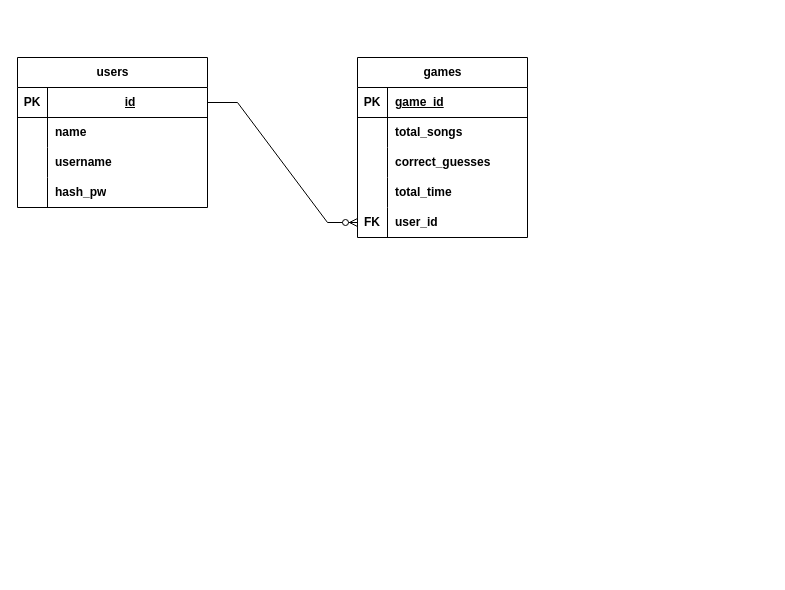
Earlier version of the draw.io diagram notes/pulseRDB.drawio (drs0057/Pulse). Source tidied: cells renumbered, new cells numbered last; positions are measured from the earlier drawing's top-left corner, leaving out a move shared by most shapes. Both pictures are drawn from the tidied source at 100%, with x=0, y=0 at pixel (17, 57).
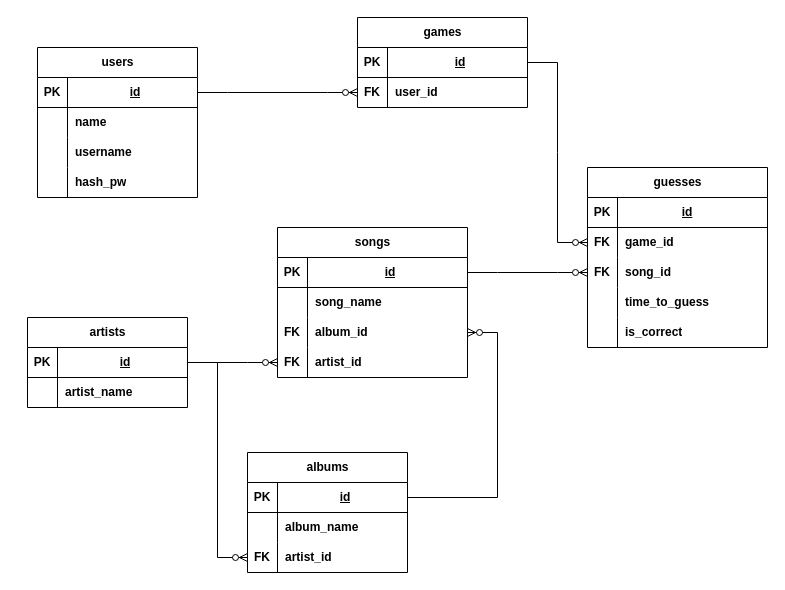
The same page after the edit.

Commit message:
Update pulseRDB.drawio; outline of schema is done.

The change refers to these unchanged cells:
```xml
<mxCell id="16" style="shape=tableRow;horizontal=0;startSize=0;swimlaneHead=0;swimlaneBody=0;fillColor=none;points=[[0,0.5],[1,0.5]];portConstraint=eastwest;top=0;left=0;right=0;bottom=1;" parent="15" vertex="1">
  <mxGeometry y="30" width="170" height="30" as="geometry" />
</mxCell>
```

Diff of the diagram source:
```diff
@@
+    <mxCell id="32" value="songs" style="shape=table;startSize=30;childLayout=tableLayout;rowLines=0;fontStyle=1;align=center;html=1;flipV=0;flipH=0;" parent="1" vertex="1">
+      <mxGeometry x="260" y="170" width="190" height="150" as="geometry" />
+    </mxCell>
+    <mxCell id="33" style="shape=tableRow;horizontal=0;startSize=0;swimlaneHead=0;swimlaneBody=0;fillColor=none;points=[[0,0.5],[1,0.5]];portConstraint=eastwest;top=0;left=0;right=0;bottom=1;" parent="32" vertex="1">
+      <mxGeometry y="30" width="190" height="30" as="geometry" />
+    </mxCell>
+    <mxCell id="34" value="PK" style="shape=partialRectangle;fillColor=none;top=0;left=0;bottom=0;right=0;fontStyle=1;overflow=hidden;whiteSpace=wrap;html=1;" parent="33" vertex="1">
+      <mxGeometry width="30" height="30" as="geometry" />
+    </mxCell>
+    <mxCell id="35" value="id" style="shape=partialRectangle;fillColor=none;top=0;left=0;bottom=0;right=0;align=center;spacingLeft=6;fontStyle=5;overflow=hidden;whiteSpace=wrap;html=1;" parent="33" vertex="1">
+      <mxGeometry x="30" width="160" height="30" as="geometry" />
+    </mxCell>
+    <mxCell id="36" style="shape=tableRow;horizontal=0;startSize=0;swimlaneHead=0;swimlaneBody=0;fillColor=none;top=0;left=0;right=0;bottom=0;" parent="32" vertex="1">
+      <mxGeometry y="60" width="190" height="30" as="geometry" />
+    </mxCell>
+    <mxCell id="37" style="shape=partialRectangle;fillColor=none;top=0;left=0;bottom=0;right=0;overflow=hidden;whiteSpace=wrap;html=1;" parent="36" vertex="1">
+      <mxGeometry width="30" height="30" as="geometry" />
+    </mxCell>
+    <mxCell id="38" value="&lt;b&gt;song_name&lt;/b&gt;" style="shape=partialRectangle;fillColor=none;top=0;left=0;bottom=0;right=0;align=left;spacingLeft=6;overflow=hidden;whiteSpace=wrap;html=1;" parent="36" vertex="1">
+      <mxGeometry x="30" width="160" height="30" as="geometry" />
+    </mxCell>
+    <mxCell id="39" style="shape=tableRow;horizontal=0;startSize=0;swimlaneHead=0;swimlaneBody=0;fillColor=none;points=[[0,0.5],[1,0.5]];portConstraint=eastwest;top=0;left=0;right=0;bottom=0;" parent="32" vertex="1">
+      <mxGeometry y="90" width="190" height="30" as="geometry" />
+    </mxCell>
+    <mxCell id="40" value="&lt;b&gt;FK&lt;/b&gt;" style="shape=partialRectangle;fillColor=none;top=0;left=0;bottom=0;right=0;overflow=hidden;whiteSpace=wrap;html=1;" parent="39" vertex="1">
+      <mxGeometry width="30" height="30" as="geometry" />
+    </mxCell>
+    <mxCell id="41" value="&lt;b&gt;album_id&lt;/b&gt;" style="shape=partialRectangle;fillColor=none;top=0;left=0;bottom=0;right=0;align=left;spacingLeft=6;overflow=hidden;whiteSpace=wrap;html=1;" parent="39" vertex="1">
+      <mxGeometry x="30" width="160" height="30" as="geometry" />
+    </mxCell>
+    <mxCell id="42" style="shape=tableRow;horizontal=0;startSize=0;swimlaneHead=0;swimlaneBody=0;fillColor=none;points=[[0,0.5],[1,0.5]];portConstraint=eastwest;top=0;left=0;right=0;bottom=0;" parent="32" vertex="1">
+      <mxGeometry y="120" width="190" height="30" as="geometry" />
+    </mxCell>
+    <mxCell id="43" value="&lt;b&gt;FK&lt;/b&gt;" style="shape=partialRectangle;fillColor=none;top=0;left=0;bottom=0;right=0;overflow=hidden;whiteSpace=wrap;html=1;" parent="42" vertex="1">
+      <mxGeometry width="30" height="30" as="geometry" />
+    </mxCell>
+    <mxCell id="44" value="&lt;b&gt;artist_id&lt;/b&gt;" style="shape=partialRectangle;fillColor=none;top=0;left=0;bottom=0;right=0;align=left;spacingLeft=6;overflow=hidden;whiteSpace=wrap;html=1;" parent="42" vertex="1">
+      <mxGeometry x="30" width="160" height="30" as="geometry" />
+    </mxCell>
     <mxCell id="2" value="users" style="shape=table;startSize=30;childLayout=tableLayout;rowLines=0;fontStyle=1;align=center;html=1;" parent="1" vertex="1">
-      <mxGeometry width="190" height="150" as="geometry" />
+      <mxGeometry x="20" y="-10" width="160" height="150" as="geometry" />
     </mxCell>
     <mxCell id="3" style="shape=tableRow;horizontal=0;startSize=0;swimlaneHead=0;swimlaneBody=0;fillColor=none;points=[[0,0.5],[1,0.5]];portConstraint=eastwest;top=0;left=0;right=0;bottom=1;" parent="2" vertex="1">
-      <mxGeometry y="30" width="190" height="30" as="geometry" />
+      <mxGeometry y="30" width="160" height="30" as="geometry" />
     </mxCell>
@@
     <mxCell id="5" value="id" style="shape=partialRectangle;fillColor=none;top=0;left=0;bottom=0;right=0;align=center;spacingLeft=6;fontStyle=5;overflow=hidden;whiteSpace=wrap;html=1;" parent="3" vertex="1">
-      <mxGeometry x="30" width="160" height="30" as="geometry" />
+      <mxGeometry x="30" width="130" height="30" as="geometry" />
     </mxCell>
     <mxCell id="6" style="shape=tableRow;horizontal=0;startSize=0;swimlaneHead=0;swimlaneBody=0;fillColor=none;top=0;left=0;right=0;bottom=0;" parent="2" vertex="1">
-      <mxGeometry y="60" width="190" height="30" as="geometry" />
+      <mxGeometry y="60" width="160" height="30" as="geometry" />
     </mxCell>
@@
     <mxCell id="8" value="&lt;b&gt;name&lt;/b&gt;" style="shape=partialRectangle;fillColor=none;top=0;left=0;bottom=0;right=0;align=left;spacingLeft=6;overflow=hidden;whiteSpace=wrap;html=1;" parent="6" vertex="1">
-      <mxGeometry x="30" width="160" height="30" as="geometry" />
+      <mxGeometry x="30" width="130" height="30" as="geometry" />
     </mxCell>
     <mxCell id="9" style="shape=tableRow;horizontal=0;startSize=0;swimlaneHead=0;swimlaneBody=0;fillColor=none;top=0;left=0;right=0;bottom=0;" parent="2" vertex="1">
-      <mxGeometry y="90" width="190" height="30" as="geometry" />
+      <mxGeometry y="90" width="160" height="30" as="geometry" />
     </mxCell>
@@
     <mxCell id="11" value="&lt;b&gt;username&lt;/b&gt;" style="shape=partialRectangle;fillColor=none;top=0;left=0;bottom=0;right=0;align=left;spacingLeft=6;overflow=hidden;whiteSpace=wrap;html=1;" parent="9" vertex="1">
-      <mxGeometry x="30" width="160" height="30" as="geometry" />
+      <mxGeometry x="30" width="130" height="30" as="geometry" />
     </mxCell>
     <mxCell id="12" style="shape=tableRow;horizontal=0;startSize=0;swimlaneHead=0;swimlaneBody=0;fillColor=none;top=0;left=0;right=0;bottom=0;" parent="2" vertex="1">
-      <mxGeometry y="120" width="190" height="30" as="geometry" />
+      <mxGeometry y="120" width="160" height="30" as="geometry" />
     </mxCell>
@@
     <mxCell id="14" value="&lt;b&gt;hash_pw&lt;/b&gt;" style="shape=partialRectangle;fillColor=none;top=0;left=0;bottom=0;right=0;align=left;spacingLeft=6;overflow=hidden;whiteSpace=wrap;html=1;" parent="12" vertex="1">
-      <mxGeometry x="30" width="160" height="30" as="geometry" />
+      <mxGeometry x="30" width="130" height="30" as="geometry" />
     </mxCell>
     <mxCell id="15" value="games" style="shape=table;startSize=30;childLayout=tableLayout;rowLines=0;fontStyle=1;align=center;html=1;" parent="1" vertex="1">
-      <mxGeometry x="340" width="170" height="180" as="geometry" />
+      <mxGeometry x="340" y="-40" width="170" height="90" as="geometry" />
     </mxCell>
@@
-    <mxCell id="18" value="game_id" style="shape=partialRectangle;fillColor=none;top=0;left=0;bottom=0;right=0;align=left;spacingLeft=6;fontStyle=5;overflow=hidden;whiteSpace=wrap;html=1;" parent="16" vertex="1">
+    <mxCell id="18" value="id" style="shape=partialRectangle;fillColor=none;top=0;left=0;bottom=0;right=0;align=center;spacingLeft=6;fontStyle=5;overflow=hidden;whiteSpace=wrap;html=1;" parent="16" vertex="1">
       <mxGeometry x="30" width="140" height="30" as="geometry" />
     </mxCell>
-    <mxCell id="19" style="shape=tableRow;horizontal=0;startSize=0;swimlaneHead=0;swimlaneBody=0;fillColor=none;top=0;left=0;right=0;bottom=0;" parent="15" vertex="1">
-      <mxGeometry y="60" width="170" height="30" as="geometry" />
-    </mxCell>
-    <mxCell id="20" style="shape=partialRectangle;fillColor=none;top=0;left=0;bottom=0;right=0;overflow=hidden;whiteSpace=wrap;html=1;" parent="19" vertex="1">
-      <mxGeometry width="30" height="30" as="geometry" />
-    </mxCell>
-    <mxCell id="21" value="&lt;b&gt;total_songs&lt;/b&gt;" style="shape=partialRectangle;fillColor=none;top=0;left=0;bottom=0;right=0;align=left;spacingLeft=6;overflow=hidden;whiteSpace=wrap;html=1;" parent="19" vertex="1">
-      <mxGeometry x="30" width="140" height="30" as="geometry" />
-    </mxCell>
-    <mxCell id="22" style="shape=tableRow;horizontal=0;startSize=0;swimlaneHead=0;swimlaneBody=0;fillColor=none;top=0;left=0;right=0;bottom=0;" parent="15" vertex="1">
-      <mxGeometry y="90" width="170" height="30" as="geometry" />
-    </mxCell>
-    <mxCell id="23" style="shape=partialRectangle;fillColor=none;top=0;left=0;bottom=0;right=0;overflow=hidden;whiteSpace=wrap;html=1;" parent="22" vertex="1">
-      <mxGeometry width="30" height="30" as="geometry" />
-    </mxCell>
-    <mxCell id="24" value="&lt;b&gt;correct_guesses&lt;/b&gt;" style="shape=partialRectangle;fillColor=none;top=0;left=0;bottom=0;right=0;align=left;spacingLeft=6;overflow=hidden;whiteSpace=wrap;html=1;" parent="22" vertex="1">
-      <mxGeometry x="30" width="140" height="30" as="geometry" />
-    </mxCell>
-    <mxCell id="25" style="shape=tableRow;horizontal=0;startSize=0;swimlaneHead=0;swimlaneBody=0;fillColor=none;top=0;left=0;right=0;bottom=0;" parent="15" vertex="1">
-      <mxGeometry y="120" width="170" height="30" as="geometry" />
-    </mxCell>
-    <mxCell id="26" style="shape=partialRectangle;fillColor=none;top=0;left=0;bottom=0;right=0;overflow=hidden;whiteSpace=wrap;html=1;" parent="25" vertex="1">
-      <mxGeometry width="30" height="30" as="geometry" />
-    </mxCell>
-    <mxCell id="27" value="&lt;b&gt;total_time&lt;/b&gt;" style="shape=partialRectangle;fillColor=none;top=0;left=0;bottom=0;right=0;align=left;spacingLeft=6;overflow=hidden;whiteSpace=wrap;html=1;" parent="25" vertex="1">
-      <mxGeometry x="30" width="140" height="30" as="geometry" />
-    </mxCell>
     <mxCell id="28" style="shape=tableRow;horizontal=0;startSize=0;swimlaneHead=0;swimlaneBody=0;fillColor=none;points=[[0,0.5],[1,0.5]];portConstraint=eastwest;top=0;left=0;right=0;bottom=0;" parent="15" vertex="1">
-      <mxGeometry y="150" width="170" height="30" as="geometry" />
+      <mxGeometry y="60" width="170" height="30" as="geometry" />
     </mxCell>
@@
+    <mxCell id="45" value="artists" style="shape=table;startSize=30;childLayout=tableLayout;rowLines=0;fontStyle=1;align=center;html=1;" parent="1" vertex="1">
+      <mxGeometry x="10" y="260" width="160" height="90" as="geometry" />
+    </mxCell>
+    <mxCell id="46" style="shape=tableRow;horizontal=0;startSize=0;swimlaneHead=0;swimlaneBody=0;fillColor=none;points=[[0,0.5],[1,0.5]];portConstraint=eastwest;top=0;left=0;right=0;bottom=1;" parent="45" vertex="1">
+      <mxGeometry y="30" width="160" height="30" as="geometry" />
+    </mxCell>
+    <mxCell id="47" value="PK" style="shape=partialRectangle;fillColor=none;top=0;left=0;bottom=0;right=0;fontStyle=1;overflow=hidden;whiteSpace=wrap;html=1;" parent="46" vertex="1">
+      <mxGeometry width="30" height="30" as="geometry" />
+    </mxCell>
+    <mxCell id="48" value="id" style="shape=partialRectangle;fillColor=none;top=0;left=0;bottom=0;right=0;align=center;spacingLeft=6;fontStyle=5;overflow=hidden;whiteSpace=wrap;html=1;" parent="46" vertex="1">
+      <mxGeometry x="30" width="130" height="30" as="geometry" />
+    </mxCell>
+    <mxCell id="49" style="shape=tableRow;horizontal=0;startSize=0;swimlaneHead=0;swimlaneBody=0;fillColor=none;top=0;left=0;right=0;bottom=0;" parent="45" vertex="1">
+      <mxGeometry y="60" width="160" height="30" as="geometry" />
+    </mxCell>
+    <mxCell id="50" style="shape=partialRectangle;fillColor=none;top=0;left=0;bottom=0;right=0;overflow=hidden;whiteSpace=wrap;html=1;" parent="49" vertex="1">
+      <mxGeometry width="30" height="30" as="geometry" />
+    </mxCell>
+    <mxCell id="51" value="&lt;b&gt;artist_name&lt;/b&gt;" style="shape=partialRectangle;fillColor=none;top=0;left=0;bottom=0;right=0;align=left;spacingLeft=6;overflow=hidden;whiteSpace=wrap;html=1;" parent="49" vertex="1">
+      <mxGeometry x="30" width="130" height="30" as="geometry" />
+    </mxCell>
+    <mxCell id="52" value="albums" style="shape=table;startSize=30;childLayout=tableLayout;rowLines=0;fontStyle=1;align=center;html=1;" parent="1" vertex="1">
+      <mxGeometry x="230" y="395" width="160" height="120" as="geometry" />
+    </mxCell>
+    <mxCell id="53" style="shape=tableRow;horizontal=0;startSize=0;swimlaneHead=0;swimlaneBody=0;fillColor=none;points=[[0,0.5],[1,0.5]];portConstraint=eastwest;top=0;left=0;right=0;bottom=1;" parent="52" vertex="1">
+      <mxGeometry y="30" width="160" height="30" as="geometry" />
+    </mxCell>
+    <mxCell id="54" value="PK" style="shape=partialRectangle;fillColor=none;top=0;left=0;bottom=0;right=0;fontStyle=1;overflow=hidden;whiteSpace=wrap;html=1;" parent="53" vertex="1">
+      <mxGeometry width="30" height="30" as="geometry" />
+    </mxCell>
+    <mxCell id="55" value="id" style="shape=partialRectangle;fillColor=none;top=0;left=0;bottom=0;right=0;align=center;spacingLeft=6;fontStyle=5;overflow=hidden;whiteSpace=wrap;html=1;" parent="53" vertex="1">
+      <mxGeometry x="30" width="130" height="30" as="geometry" />
+    </mxCell>
+    <mxCell id="56" style="shape=tableRow;horizontal=0;startSize=0;swimlaneHead=0;swimlaneBody=0;fillColor=none;top=0;left=0;right=0;bottom=0;" parent="52" vertex="1">
+      <mxGeometry y="60" width="160" height="30" as="geometry" />
+    </mxCell>
+    <mxCell id="57" style="shape=partialRectangle;fillColor=none;top=0;left=0;bottom=0;right=0;overflow=hidden;whiteSpace=wrap;html=1;" parent="56" vertex="1">
+      <mxGeometry width="30" height="30" as="geometry" />
+    </mxCell>
+    <mxCell id="58" value="&lt;b&gt;album_name&lt;/b&gt;" style="shape=partialRectangle;fillColor=none;top=0;left=0;bottom=0;right=0;align=left;spacingLeft=6;overflow=hidden;whiteSpace=wrap;html=1;" parent="56" vertex="1">
+      <mxGeometry x="30" width="130" height="30" as="geometry" />
+    </mxCell>
+    <mxCell id="59" style="shape=tableRow;horizontal=0;startSize=0;swimlaneHead=0;swimlaneBody=0;fillColor=none;points=[[0,0.5],[1,0.5]];portConstraint=eastwest;top=0;left=0;right=0;bottom=0;" parent="52" vertex="1">
+      <mxGeometry y="90" width="160" height="30" as="geometry" />
+    </mxCell>
+    <mxCell id="60" value="&lt;b&gt;FK&lt;/b&gt;" style="shape=partialRectangle;fillColor=none;top=0;left=0;bottom=0;right=0;overflow=hidden;whiteSpace=wrap;html=1;" parent="59" vertex="1">
+      <mxGeometry width="30" height="30" as="geometry" />
+    </mxCell>
+    <mxCell id="61" value="&lt;b&gt;artist_id&lt;/b&gt;" style="shape=partialRectangle;fillColor=none;top=0;left=0;bottom=0;right=0;align=left;spacingLeft=6;overflow=hidden;whiteSpace=wrap;html=1;" parent="59" vertex="1">
+      <mxGeometry x="30" width="130" height="30" as="geometry" />
+    </mxCell>
+    <mxCell id="62" value="guesses" style="shape=table;startSize=30;childLayout=tableLayout;rowLines=0;fontStyle=1;align=center;html=1;" parent="1" vertex="1">
+      <mxGeometry x="570" y="110" width="180" height="180" as="geometry" />
+    </mxCell>
+    <mxCell id="63" style="shape=tableRow;horizontal=0;startSize=0;swimlaneHead=0;swimlaneBody=0;fillColor=none;top=0;left=0;right=0;bottom=1;" parent="62" vertex="1">
+      <mxGeometry y="30" width="180" height="30" as="geometry" />
+    </mxCell>
+    <mxCell id="64" value="PK" style="shape=partialRectangle;fillColor=none;top=0;left=0;bottom=0;right=0;fontStyle=1;overflow=hidden;whiteSpace=wrap;html=1;" parent="63" vertex="1">
+      <mxGeometry width="30" height="30" as="geometry" />
+    </mxCell>
+    <mxCell id="65" value="id&lt;span style=&quot;white-space: pre;&quot;&gt;&#9;&lt;/span&gt;" style="shape=partialRectangle;fillColor=none;top=0;left=0;bottom=0;right=0;align=center;spacingLeft=6;fontStyle=5;overflow=hidden;whiteSpace=wrap;html=1;" parent="63" vertex="1">
+      <mxGeometry x="30" width="150" height="30" as="geometry" />
+    </mxCell>
+    <mxCell id="66" style="shape=tableRow;horizontal=0;startSize=0;swimlaneHead=0;swimlaneBody=0;fillColor=none;points=[[0,0.5],[1,0.5]];portConstraint=eastwest;top=0;left=0;right=0;bottom=0;" parent="62" vertex="1">
+      <mxGeometry y="60" width="180" height="30" as="geometry" />
+    </mxCell>
+    <mxCell id="67" value="&lt;b&gt;FK&lt;/b&gt;" style="shape=partialRectangle;fillColor=none;top=0;left=0;bottom=0;right=0;overflow=hidden;whiteSpace=wrap;html=1;" parent="66" vertex="1">
+      <mxGeometry width="30" height="30" as="geometry" />
+    </mxCell>
+    <mxCell id="68" value="&lt;b&gt;game_id&lt;/b&gt;" style="shape=partialRectangle;fillColor=none;top=0;left=0;bottom=0;right=0;align=left;spacingLeft=6;overflow=hidden;whiteSpace=wrap;html=1;" parent="66" vertex="1">
+      <mxGeometry x="30" width="150" height="30" as="geometry" />
+    </mxCell>
+    <mxCell id="69" style="shape=tableRow;horizontal=0;startSize=0;swimlaneHead=0;swimlaneBody=0;fillColor=none;points=[[0,0.5],[1,0.5]];portConstraint=eastwest;top=0;left=0;right=0;bottom=0;" parent="62" vertex="1">
+      <mxGeometry y="90" width="180" height="30" as="geometry" />
+    </mxCell>
+    <mxCell id="70" value="&lt;b&gt;FK&lt;/b&gt;" style="shape=partialRectangle;fillColor=none;top=0;left=0;bottom=0;right=0;overflow=hidden;whiteSpace=wrap;html=1;" parent="69" vertex="1">
+      <mxGeometry width="30" height="30" as="geometry" />
+    </mxCell>
+    <mxCell id="71" value="&lt;b&gt;song_id&lt;/b&gt;" style="shape=partialRectangle;fillColor=none;top=0;left=0;bottom=0;right=0;align=left;spacingLeft=6;overflow=hidden;whiteSpace=wrap;html=1;" parent="69" vertex="1">
+      <mxGeometry x="30" width="150" height="30" as="geometry" />
+    </mxCell>
+    <mxCell id="72" style="shape=tableRow;horizontal=0;startSize=0;swimlaneHead=0;swimlaneBody=0;fillColor=none;top=0;left=0;right=0;bottom=0;" parent="62" vertex="1">
+      <mxGeometry y="120" width="180" height="30" as="geometry" />
+    </mxCell>
+    <mxCell id="73" style="shape=partialRectangle;fillColor=none;top=0;left=0;bottom=0;right=0;overflow=hidden;whiteSpace=wrap;html=1;" parent="72" vertex="1">
+      <mxGeometry width="30" height="30" as="geometry" />
+    </mxCell>
+    <mxCell id="74" value="&lt;b&gt;time_to_guess&lt;/b&gt;" style="shape=partialRectangle;fillColor=none;top=0;left=0;bottom=0;right=0;align=left;spacingLeft=6;overflow=hidden;whiteSpace=wrap;html=1;" parent="72" vertex="1">
+      <mxGeometry x="30" width="150" height="30" as="geometry" />
+    </mxCell>
+    <mxCell id="75" style="shape=tableRow;horizontal=0;startSize=0;swimlaneHead=0;swimlaneBody=0;fillColor=none;top=0;left=0;right=0;bottom=0;" parent="62" vertex="1">
+      <mxGeometry y="150" width="180" height="30" as="geometry" />
+    </mxCell>
+    <mxCell id="76" style="shape=partialRectangle;fillColor=none;top=0;left=0;bottom=0;right=0;overflow=hidden;whiteSpace=wrap;html=1;" parent="75" vertex="1">
+      <mxGeometry width="30" height="30" as="geometry" />
+    </mxCell>
+    <mxCell id="77" value="&lt;b&gt;is_correct&lt;/b&gt;" style="shape=partialRectangle;fillColor=none;top=0;left=0;bottom=0;right=0;align=left;spacingLeft=6;overflow=hidden;whiteSpace=wrap;html=1;" parent="75" vertex="1">
+      <mxGeometry x="30" width="150" height="30" as="geometry" />
+    </mxCell>
-    <mxCell id="31" style="edgeStyle=entityRelationEdgeStyle;fontSize=12;html=1;endArrow=ERzeroToMany;endFill=1;rounded=0;exitX=1;exitY=0.5;exitDx=0;exitDy=0;entryX=0;entryY=0.5;entryDx=0;entryDy=0;" parent="1" edge="1" source="3" target="28">
+    <mxCell id="31" style="edgeStyle=entityRelationEdgeStyle;fontSize=12;html=1;endArrow=ERzeroToMany;endFill=1;rounded=0;exitX=1;exitY=0.5;exitDx=0;exitDy=0;" parent="1" edge="1" source="3" target="28">
       <mxGeometry relative="1" as="geometry" />
     </mxCell>
+    <mxCell id="78" style="edgeStyle=entityRelationEdgeStyle;fontSize=12;html=1;endArrow=ERzeroToMany;endFill=1;rounded=0;" parent="1" edge="1" source="16" target="66">
+      <mxGeometry relative="1" as="geometry" />
+    </mxCell>
+    <mxCell id="79" style="edgeStyle=entityRelationEdgeStyle;fontSize=12;html=1;endArrow=ERzeroToMany;endFill=1;rounded=0;" parent="1" edge="1" source="46" target="59">
+      <mxGeometry relative="1" as="geometry">
+        <Array as="points">
+          <mxPoint x="170" y="420" />
+          <mxPoint x="140" y="390" />
+          <mxPoint x="160" y="380" />
+        </Array>
+      </mxGeometry>
+    </mxCell>
+    <mxCell id="80" style="edgeStyle=entityRelationEdgeStyle;fontSize=12;html=1;endArrow=ERzeroToMany;endFill=1;rounded=0;" parent="1" edge="1" source="53" target="39">
+      <mxGeometry relative="1" as="geometry" />
+    </mxCell>
+    <mxCell id="81" style="edgeStyle=entityRelationEdgeStyle;fontSize=12;html=1;endArrow=ERzeroToMany;endFill=1;rounded=0;" parent="1" edge="1" source="46" target="42">
+      <mxGeometry relative="1" as="geometry" />
+    </mxCell>
+    <mxCell id="82" style="edgeStyle=entityRelationEdgeStyle;fontSize=12;html=1;endArrow=ERzeroToMany;endFill=1;rounded=0;" parent="1" edge="1" source="33" target="69">
+      <mxGeometry relative="1" as="geometry" />
+    </mxCell>
```
